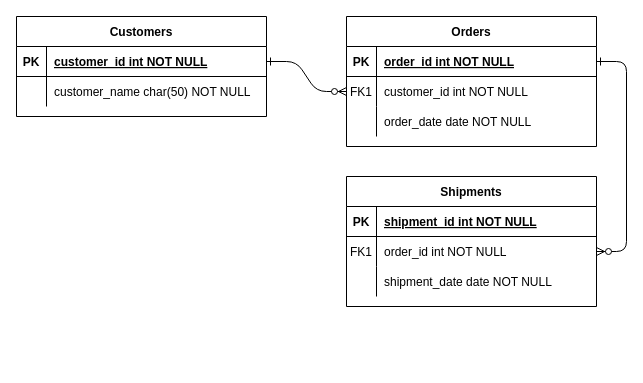
Before: pertemuan3/ERD.drawio in rifkymaulana6/IF214002, a draw.io diagram. Source tidied: cells renumbered, new cells numbered last; positions are measured from the earlier drawing's top-left corner, leaving out a move shared by most shapes. Both pictures are drawn from the tidied source at 100%, with x=0, y=0 at pixel (16, 16).
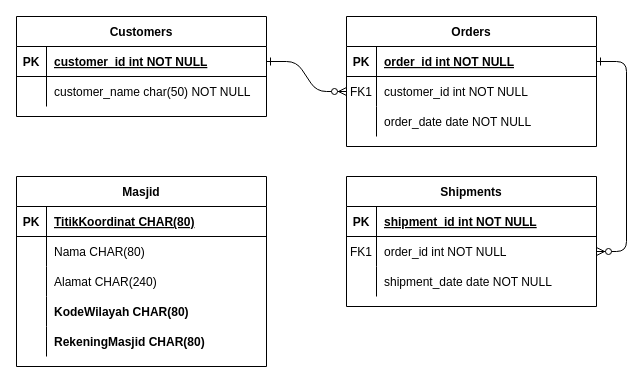
The same page after the edit.

The edit, as a diff of the source:
```diff
@@
+    <mxCell id="31" value="Masjid" style="shape=table;startSize=30;childLayout=tableLayout;rowLines=0;fontStyle=1;align=center;" parent="1" vertex="1">
+      <mxGeometry y="160" width="250" height="190" as="geometry" />
+    </mxCell>
+    <mxCell id="32" style="shape=partialRectangle;fillColor=none;top=0;left=0;right=0;bottom=1;" parent="31" vertex="1">
+      <mxGeometry y="30" width="250" height="30" as="geometry" />
+    </mxCell>
+    <mxCell id="33" value="PK" style="shape=partialRectangle;overflow=hidden;fillColor=none;top=0;left=0;bottom=0;right=0;fontStyle=1;" parent="32" vertex="1">
+      <mxGeometry width="30" height="30" as="geometry" />
+    </mxCell>
+    <mxCell id="34" value="TitikKoordinat CHAR(80)" style="shape=partialRectangle;overflow=hidden;fillColor=none;top=0;left=0;bottom=0;right=0;align=left;spacingLeft=6;fontStyle=5;" parent="32" vertex="1">
+      <mxGeometry x="30" width="220" height="30" as="geometry" />
+    </mxCell>
+    <mxCell id="35" style="shape=partialRectangle;fillColor=none;top=0;left=0;right=0;bottom=0;" parent="31" vertex="1">
+      <mxGeometry y="60" width="250" height="30" as="geometry" />
+    </mxCell>
+    <mxCell id="36" style="shape=partialRectangle;overflow=hidden;fillColor=none;top=0;left=0;bottom=0;right=0;" parent="35" vertex="1">
+      <mxGeometry width="30" height="30" as="geometry" />
+    </mxCell>
+    <mxCell id="37" value="Nama CHAR(80)" style="shape=partialRectangle;overflow=hidden;fillColor=none;top=0;left=0;bottom=0;right=0;align=left;spacingLeft=6;" parent="35" vertex="1">
+      <mxGeometry x="30" width="220" height="30" as="geometry" />
+    </mxCell>
+    <mxCell id="38" style="shape=partialRectangle;fillColor=none;top=0;left=0;right=0;bottom=0;" parent="31" vertex="1">
+      <mxGeometry y="90" width="250" height="30" as="geometry" />
+    </mxCell>
+    <mxCell id="39" style="shape=partialRectangle;overflow=hidden;fillColor=none;top=0;left=0;bottom=0;right=0;" parent="38" vertex="1">
+      <mxGeometry width="30" height="30" as="geometry" />
+    </mxCell>
+    <mxCell id="40" value="Alamat CHAR(240)" style="shape=partialRectangle;overflow=hidden;fillColor=none;top=0;left=0;bottom=0;right=0;align=left;spacingLeft=6;" parent="38" vertex="1">
+      <mxGeometry x="30" width="220" height="30" as="geometry" />
+    </mxCell>
+    <mxCell id="41" style="shape=partialRectangle;fillColor=none;top=0;left=0;right=0;bottom=0;" parent="31" vertex="1">
+      <mxGeometry y="120" width="250" height="30" as="geometry" />
+    </mxCell>
+    <mxCell id="42" style="shape=partialRectangle;overflow=hidden;fillColor=none;top=0;left=0;bottom=0;right=0;" parent="41" vertex="1">
+      <mxGeometry width="30" height="30" as="geometry" />
+    </mxCell>
+    <mxCell id="43" value="KodeWilayah CHAR(80)" style="shape=partialRectangle;overflow=hidden;fillColor=none;top=0;left=0;bottom=0;right=0;align=left;spacingLeft=6;fontStyle=1;" parent="41" vertex="1">
+      <mxGeometry x="30" width="220" height="30" as="geometry" />
+    </mxCell>
+    <mxCell id="44" style="shape=partialRectangle;fillColor=none;top=0;left=0;right=0;bottom=0;" parent="31" vertex="1">
+      <mxGeometry y="150" width="250" height="30" as="geometry" />
+    </mxCell>
+    <mxCell id="45" style="shape=partialRectangle;overflow=hidden;fillColor=none;top=0;left=0;bottom=0;right=0;" parent="44" vertex="1">
+      <mxGeometry width="30" height="30" as="geometry" />
+    </mxCell>
+    <mxCell id="46" value="RekeningMasjid CHAR(80)" style="shape=partialRectangle;overflow=hidden;fillColor=none;top=0;left=0;bottom=0;right=0;align=left;spacingLeft=6;fontStyle=1;" parent="44" vertex="1">
+      <mxGeometry x="30" width="220" height="30" as="geometry" />
+    </mxCell>
```
